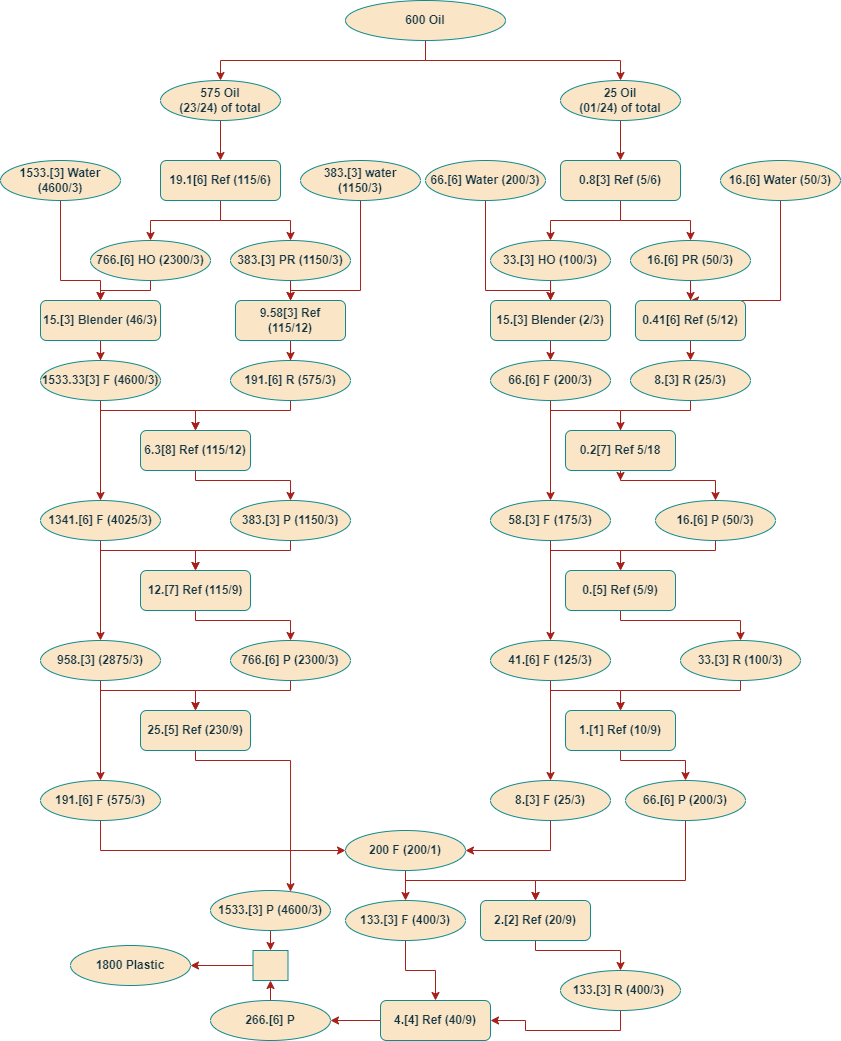
The draw.io diagram 600OilTo1800Plastic.drawio.png in nlarsen31/Factories, before a commit. Source tidied: cells renumbered, new cells last; positions are measured from the earlier drawing's top-left corner, leaving out a move shared by most shapes.
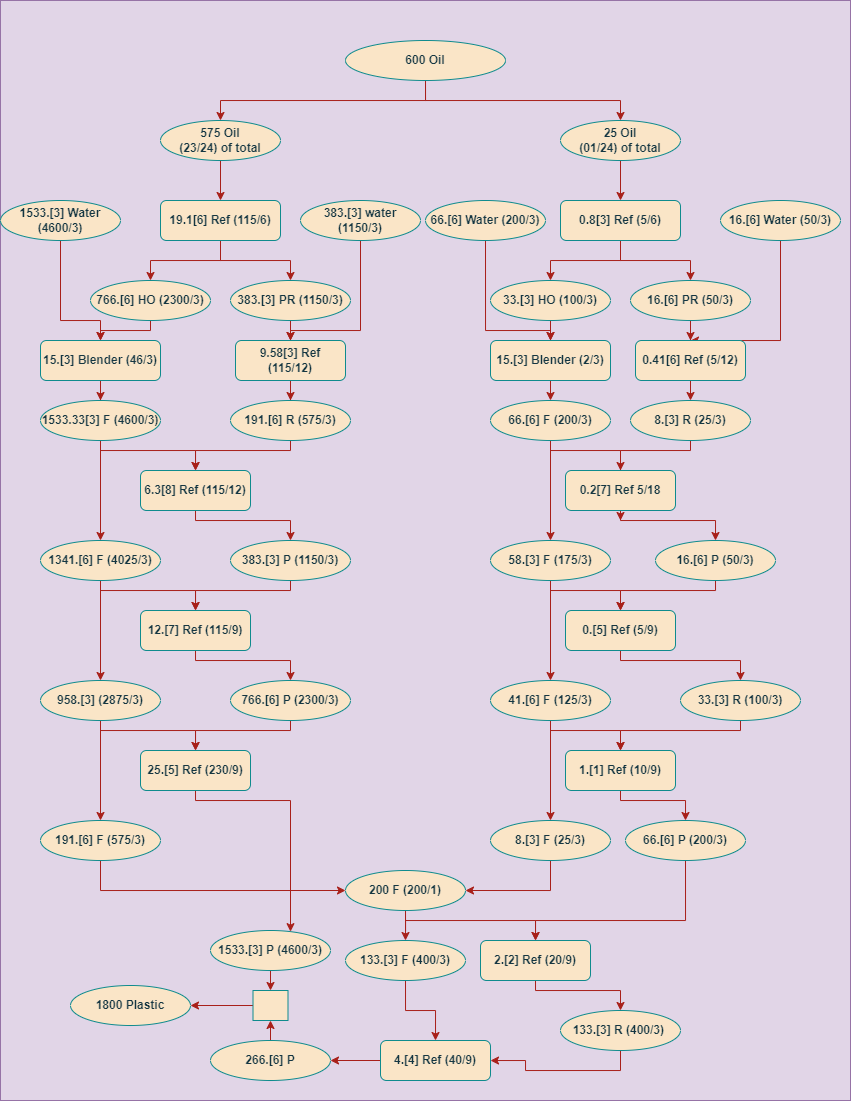
Later version of the same file.

Change to the diagram source:
```diff
@@ -2,6 +2,9 @@
   <root>
     <mxCell id="0" />
     <mxCell id="1" parent="0" />
+    <mxCell id="105" style="rounded=0;whiteSpace=wrap;html=1;strokeColor=#9673a6;fillColor=#e1d5e7;" parent="1" vertex="1">
+      <mxGeometry y="-40" width="850" height="1100" as="geometry" />
+    </mxCell>
     <mxCell id="2" style="edgeStyle=orthogonalEdgeStyle;rounded=0;jettySize=auto;html=1;exitX=0.5;exitY=1;exitDx=0;exitDy=0;entryX=0.5;entryY=0;entryDx=0;entryDy=0;strokeColor=#A8201A;fontColor=#143642;fillColor=#FAE5C7;fontStyle=1;" parent="1" edge="1" source="4" target="6">
       <mxGeometry relative="1" as="geometry" />
     </mxCell>
```
